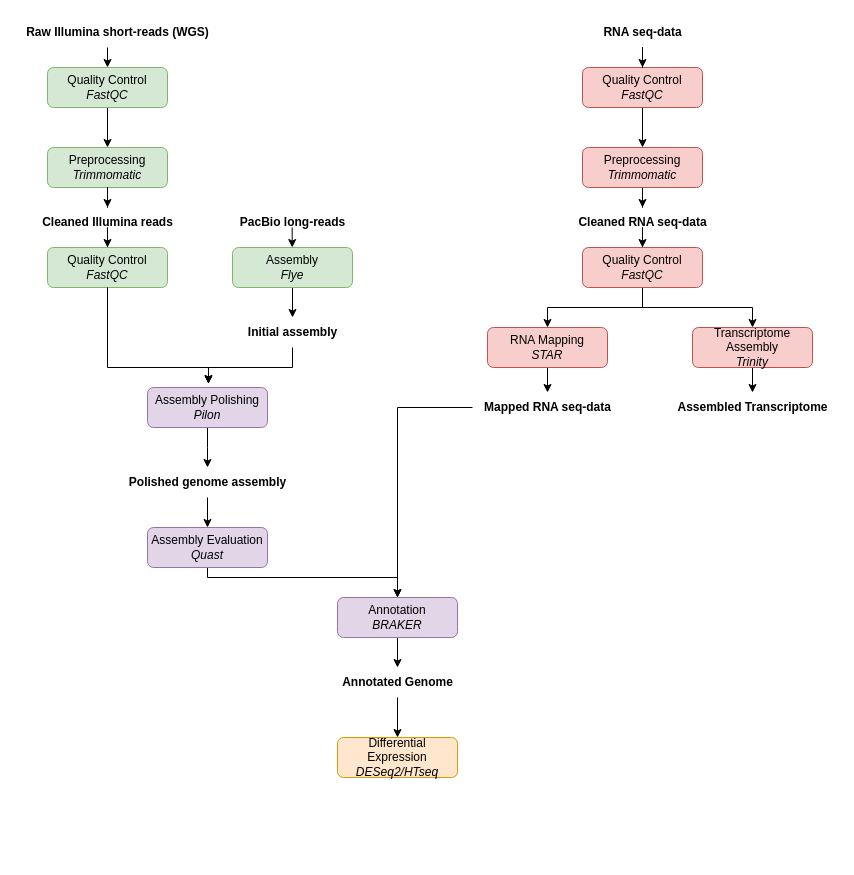
Before: Namnlöst diagram.drawio in ralfcat/Durian_fruit_genomeanalysis, a draw.io diagram. Source tidied: cells renumbered, new cells numbered last; positions are measured from the earlier drawing's top-left corner, leaving out a move shared by most shapes. Both pictures are drawn from the tidied source at 100%, with x=0, y=0 at pixel (17, 17).
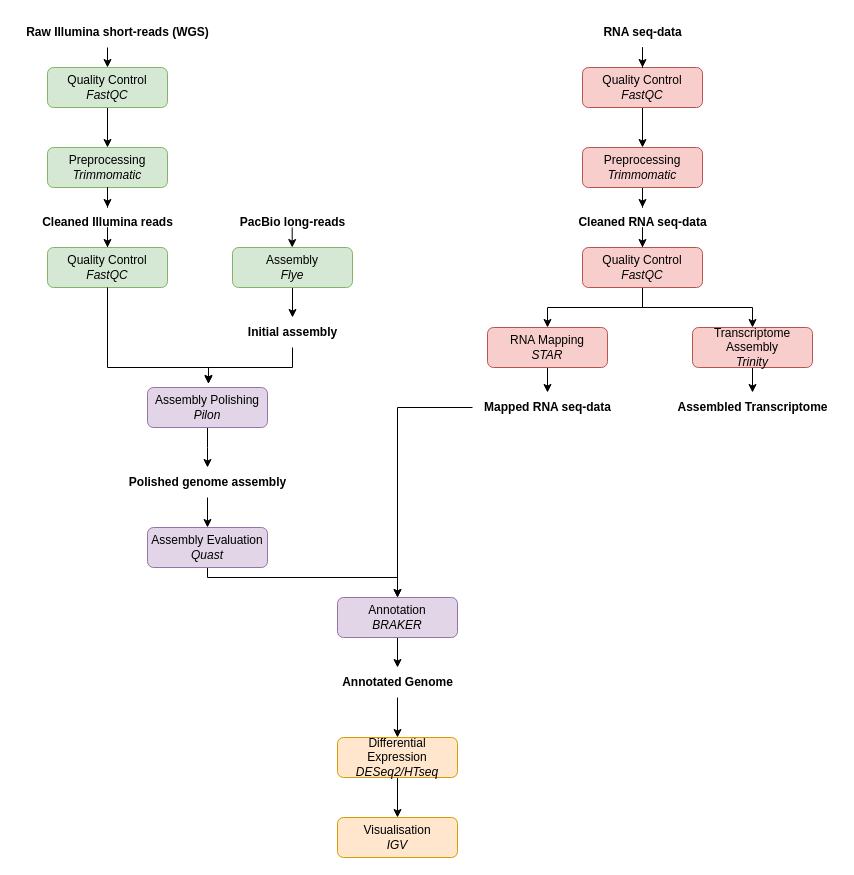
After the change.

Unchanged cells that the change refers to:
```xml
<mxCell id="38" value="&lt;div&gt;Differential Expression&lt;br&gt;&lt;/div&gt;&lt;i&gt;DESeq2/HTseq&lt;/i&gt;" style="rounded=1;whiteSpace=wrap;html=1;fontSize=12;glass=0;strokeWidth=1;shadow=0;fillColor=#ffe6cc;strokeColor=#d79b00;" parent="1" vertex="1">
  <mxGeometry x="320" y="720" width="120" height="40" as="geometry" />
</mxCell>
```

The edit, as a diff of the source:
```diff
@@
+    <mxCell id="47" style="edgeStyle=orthogonalEdgeStyle;rounded=0;jettySize=auto;html=1;" parent="1" edge="1" source="38" target="48">
+      <mxGeometry relative="1" as="geometry" />
+    </mxCell>
@@
+    <mxCell id="48" value="&lt;div&gt;Visualisation&lt;/div&gt;&lt;div&gt;&lt;i&gt;IGV&lt;/i&gt;&lt;br&gt;&lt;/div&gt;" style="rounded=1;whiteSpace=wrap;html=1;fontSize=12;glass=0;strokeWidth=1;shadow=0;fillColor=#ffe6cc;strokeColor=#d79b00;" parent="1" vertex="1">
+      <mxGeometry x="320" y="800" width="120" height="40" as="geometry" />
+    </mxCell>
```
